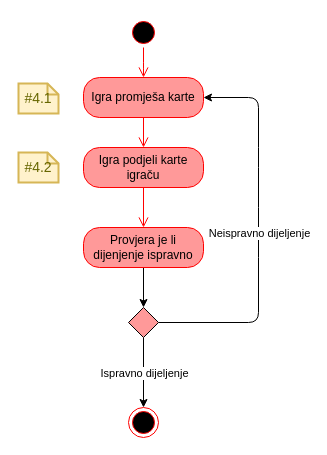
Earlier version of the draw.io diagram page "aktivnost_djeljenje karata" (8 of 8) of Projekt_Poker_activity.drawio (ewlibi/Poker). Source tidied: cells renumbered, new cells numbered last; positions are measured from the earlier drawing's top-left corner, leaving out a move shared by most shapes. Both pictures are drawn from the tidied source at 100%, with x=0, y=0 at pixel (18, 17).
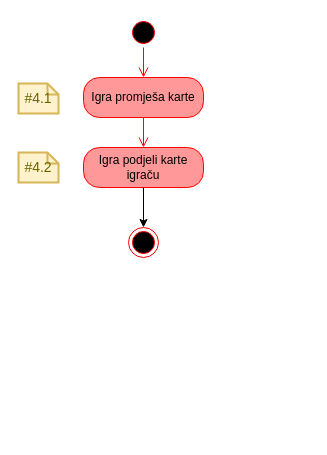
The same page after the edit.

The change refers to these unchanged cells:
```xml
<mxCell id="3" value="Igra promješa karte" style="rounded=1;whiteSpace=wrap;html=1;arcSize=40;fontColor=#000000;strokeColor=#ff0000;fillColor=#FF9999;" parent="1" vertex="1">
  <mxGeometry x="65" y="60" width="120" height="40" as="geometry" />
</mxCell>
<mxCell id="4" value="Igra podjeli karte igraču" style="rounded=1;whiteSpace=wrap;html=1;arcSize=40;fontColor=#000000;strokeColor=#ff0000;fillColor=#FF9999;" parent="1" vertex="1">
  <mxGeometry x="65" y="130" width="120" height="40" as="geometry" />
</mxCell>
```

Change to the diagram source:
```diff
@@
     <mxCell id="2" style="ellipse;html=1;shape=endState;fillColor=#000000;strokeColor=#ff0000;" parent="1" vertex="1">
-      <mxGeometry x="110" y="390" width="30" height="30" as="geometry" />
+      <mxGeometry x="110" y="210" width="30" height="30" as="geometry" />
     </mxCell>
@@
-    <mxCell id="5" style="edgeStyle=orthogonalEdgeStyle;rounded=0;jettySize=auto;html=1;exitX=0.5;exitY=1;exitDx=0;exitDy=0;" parent="1" edge="1" source="6" target="15">
-      <mxGeometry relative="1" as="geometry" />
-    </mxCell>
-    <mxCell id="6" value="Provjera je li dijenjenje ispravno" style="rounded=1;whiteSpace=wrap;html=1;arcSize=40;fontColor=#000000;strokeColor=#ff0000;fillColor=#FF9999;" parent="1" vertex="1">
-      <mxGeometry x="65" y="210" width="120" height="40" as="geometry" />
-    </mxCell>
@@
-    <mxCell id="10" style="edgeStyle=orthogonalEdgeStyle;html=1;verticalAlign=bottom;endArrow=open;endSize=8;strokeColor=#ff0000;exitX=0.5;exitY=1;exitDx=0;exitDy=0;entryX=0.5;entryY=0;entryDx=0;entryDy=0;" parent="1" edge="1" source="4" target="6">
-      <mxGeometry relative="1" as="geometry" />
-    </mxCell>
-    <mxCell id="11" style="endArrow=classic;html=1;exitX=0.5;exitY=1;exitDx=0;exitDy=0;" parent="1" edge="1" source="15" target="2">
+    <mxCell id="11" style="endArrow=classic;html=1;exitX=0.5;exitY=1;exitDx=0;exitDy=0;" parent="1" edge="1" source="4" target="2">
       <mxGeometry relative="1" as="geometry" />
     </mxCell>
-    <mxCell id="12" value="Ispravno dijeljenje" style="edgeLabel;html=1;align=center;verticalAlign=middle;" parent="11" vertex="1">
-      <mxGeometry relative="1" as="geometry" />
-    </mxCell>
-    <mxCell id="13" style="endArrow=classic;html=1;exitX=1;exitY=0.5;exitDx=0;exitDy=0;entryX=1;entryY=0.5;entryDx=0;entryDy=0;" parent="1" edge="1" source="15" target="3">
-      <mxGeometry relative="1" as="geometry">
-        <Array as="points">
-          <mxPoint x="240" y="305" />
-          <mxPoint x="240" y="230" />
-          <mxPoint x="240" y="200" />
-          <mxPoint x="240" y="140" />
-          <mxPoint x="240" y="80" />
-        </Array>
-      </mxGeometry>
-    </mxCell>
-    <mxCell id="14" value="Neispravno dijeljenje" style="edgeLabel;html=1;align=center;verticalAlign=middle;" parent="13" vertex="1">
-      <mxGeometry relative="1" as="geometry" />
-    </mxCell>
-    <mxCell id="15" style="rhombus;whiteSpace=wrap;html=1;fillColor=#FF9999;" parent="1" vertex="1">
-      <mxGeometry x="110" y="290" width="30" height="30" as="geometry" />
-    </mxCell>
```
